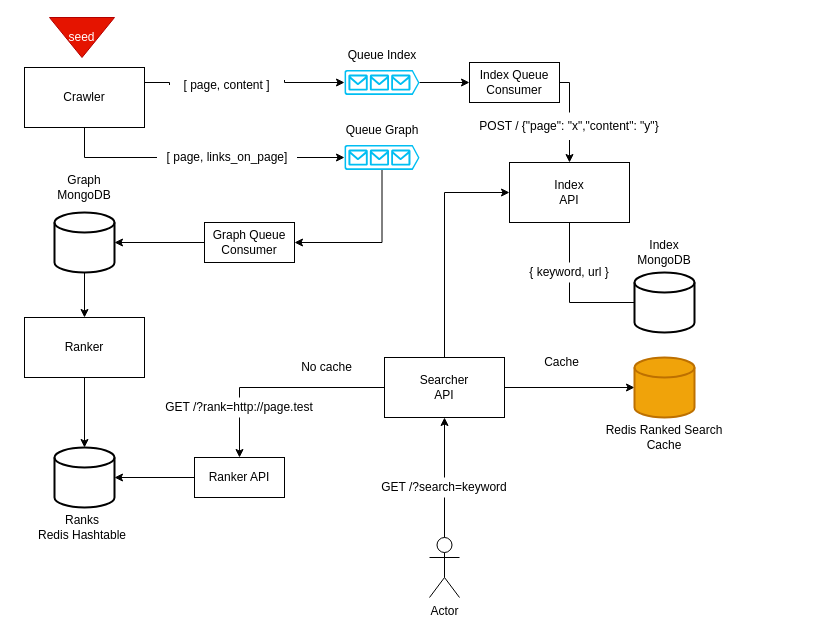
The draw.io diagram search-engine.drawio in lariskovski/search-engine, before the edit. Source tidied: cells renumbered, new cells numbered last; positions are measured from the earlier drawing's top-left corner, leaving out a move shared by most shapes. Both pictures are drawn from the tidied source at 100%, with x=0, y=0 at pixel (16, 17).
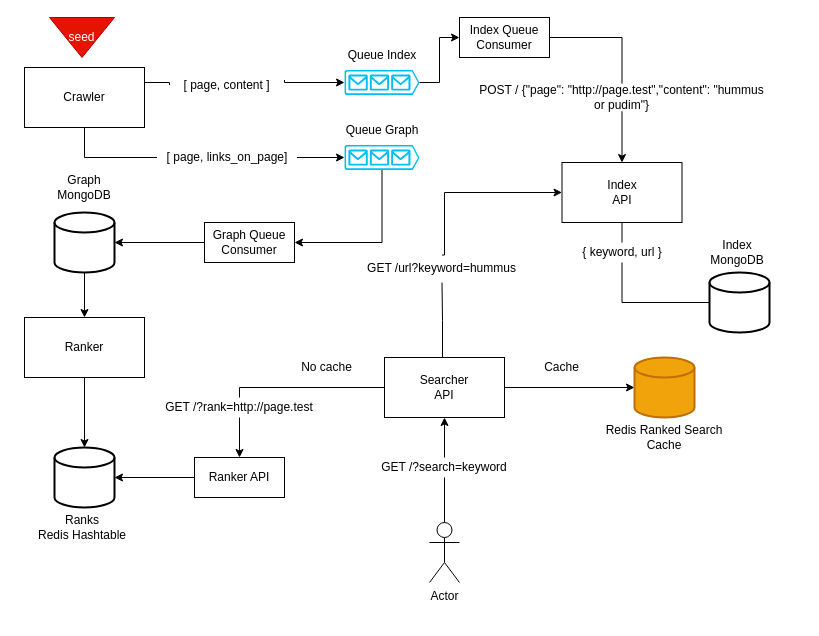
The same page after the edit.

Commit message:
Improves drawing

The change refers to these unchanged cells:
```xml
<mxCell id="19" value="Searcher&lt;br&gt;API" style="rounded=0;whiteSpace=wrap;html=1;" parent="1" vertex="1">
  <mxGeometry x="368" y="340" width="120" height="60" as="geometry" />
</mxCell>
```

Diff of the diagram source:
```diff
@@
     <mxCell id="10" value="Index&lt;br&gt;API" style="rounded=0;whiteSpace=wrap;html=1;" parent="1" vertex="1">
-      <mxGeometry x="493" y="145" width="120" height="60" as="geometry" />
+      <mxGeometry x="545.5" y="145" width="120" height="60" as="geometry" />
     </mxCell>
     <mxCell id="11" style="strokeWidth=2;html=1;shape=mxgraph.flowchart.database;whiteSpace=wrap;" parent="1" vertex="1">
-      <mxGeometry x="618" y="255" width="60" height="60" as="geometry" />
+      <mxGeometry x="693" y="255" width="60" height="60" as="geometry" />
     </mxCell>
     <mxCell id="12" value="Index&lt;br&gt;MongoDB" style="text;html=1;strokeColor=none;fillColor=none;align=center;verticalAlign=middle;whiteSpace=wrap;rounded=0;" parent="1" vertex="1">
-      <mxGeometry x="583" y="215" width="130" height="40" as="geometry" />
+      <mxGeometry x="655.5" y="215" width="130" height="40" as="geometry" />
     </mxCell>
@@
-    <mxCell id="18" style="edgeStyle=orthogonalEdgeStyle;rounded=0;jettySize=auto;html=1;entryX=0;entryY=0.5;entryDx=0;entryDy=0;exitX=0.5;exitY=0;exitDx=0;exitDy=0;" parent="1" edge="1" source="19" target="10">
-      <mxGeometry relative="1" as="geometry" />
-    </mxCell>
+    <mxCell id="52" style="edgeStyle=orthogonalEdgeStyle;rounded=0;jettySize=auto;html=1;entryX=0;entryY=0.5;entryDx=0;entryDy=0;exitX=0.5;exitY=0;exitDx=0;exitDy=0;startArrow=none;" parent="1" edge="1" source="53" target="10">
+      <mxGeometry relative="1" as="geometry">
+        <Array as="points">
+          <mxPoint x="428" y="175" />
+        </Array>
+      </mxGeometry>
+    </mxCell>
@@
     <mxCell id="22" value="Actor" style="shape=umlActor;verticalLabelPosition=bottom;verticalAlign=top;html=1;outlineConnect=0;" parent="1" vertex="1">
-      <mxGeometry x="413" y="520" width="30" height="60" as="geometry" />
+      <mxGeometry x="413" y="505" width="30" height="60" as="geometry" />
     </mxCell>
@@
     <mxCell id="26" value="Index Queue Consumer" style="rounded=0;whiteSpace=wrap;html=1;" parent="1" vertex="1">
-      <mxGeometry x="453" y="45" width="90" height="40" as="geometry" />
+      <mxGeometry x="443" width="90" height="40" as="geometry" />
     </mxCell>
@@
     <mxCell id="33" value="GET /?search=keyword" style="text;html=1;strokeColor=none;fillColor=none;align=center;verticalAlign=middle;whiteSpace=wrap;rounded=0;" parent="1" vertex="1">
-      <mxGeometry x="353" y="460" width="150" height="20" as="geometry" />
+      <mxGeometry x="353" y="440" width="150" height="20" as="geometry" />
     </mxCell>
@@
     <mxCell id="44" value="Cache" style="text;html=1;strokeColor=none;fillColor=none;align=center;verticalAlign=middle;whiteSpace=wrap;rounded=0;" parent="1" vertex="1">
-      <mxGeometry x="503" y="330" width="85" height="30" as="geometry" />
+      <mxGeometry x="503" y="335" width="85" height="30" as="geometry" />
     </mxCell>
@@
-    <mxCell id="48" value="POST / {&quot;page&quot;: &quot;x&quot;,&quot;content&quot;: &quot;y&quot;}" style="text;html=1;strokeColor=none;fillColor=none;align=center;verticalAlign=middle;whiteSpace=wrap;rounded=0;" parent="1" vertex="1">
-      <mxGeometry x="453" y="95" width="200" height="27.5" as="geometry" />
+    <mxCell id="48" value="POST / {&quot;page&quot;: &quot;http://page.test&quot;,&quot;content&quot;: &quot;hummus or pudim&quot;}" style="text;html=1;strokeColor=none;fillColor=none;align=center;verticalAlign=middle;whiteSpace=wrap;rounded=0;" parent="1" vertex="1">
+      <mxGeometry x="458" y="66.2" width="295" height="27.5" as="geometry" />
     </mxCell>
@@
     <mxCell id="50" value="{ keyword, url }" style="text;html=1;strokeColor=none;fillColor=none;align=center;verticalAlign=middle;whiteSpace=wrap;rounded=0;" parent="1" vertex="1">
-      <mxGeometry x="503" y="245" width="100" height="20" as="geometry" />
+      <mxGeometry x="555.5" y="225" width="100" height="20" as="geometry" />
     </mxCell>
@@
+    <mxCell id="53" value="GET /url?keyword=hummus" style="text;html=1;strokeColor=none;fillColor=none;align=center;verticalAlign=middle;whiteSpace=wrap;rounded=0;" parent="1" vertex="1">
+      <mxGeometry x="348" y="237.5" width="155" height="27.5" as="geometry" />
+    </mxCell>
+    <mxCell id="54" style="edgeStyle=orthogonalEdgeStyle;rounded=0;jettySize=auto;html=1;entryX=0.5;entryY=1;entryDx=0;entryDy=0;exitX=0.5;exitY=0;exitDx=0;exitDy=0;endArrow=none;" parent="1" edge="1" source="19" target="53">
+      <mxGeometry relative="1" as="geometry">
+        <Array as="points">
+          <mxPoint x="426" y="340" />
+          <mxPoint x="426" y="303" />
+        </Array>
+      </mxGeometry>
+    </mxCell>
```
